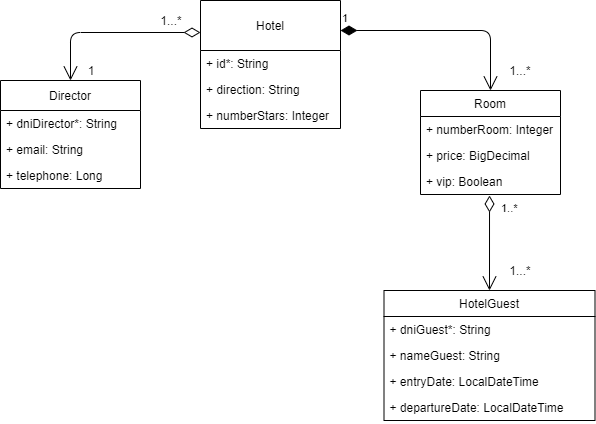
miw-upm/apaw-practice keeps this draw.io diagram as docs/hotel.models.png. Above is the earlier version. Source tidied: cells renumbered, new cells last; positions are measured from the earlier drawing's top-left corner, leaving out a move shared by most shapes.
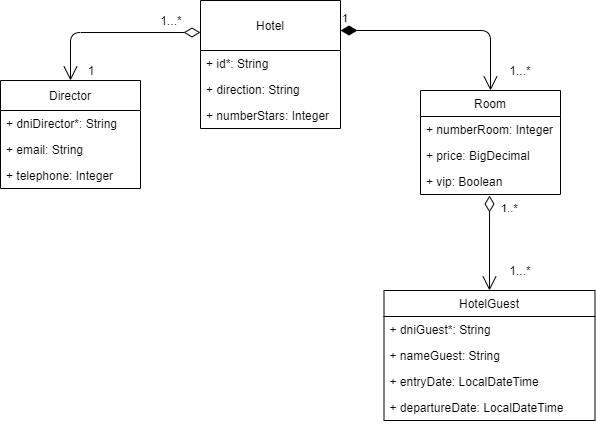
After the change.

Change to the diagram source:
```diff
@@ -23,7 +23,7 @@
     <mxCell id="8" value="+ email: String" style="text;strokeColor=none;fillColor=none;align=left;verticalAlign=top;spacingLeft=4;spacingRight=4;overflow=hidden;" parent="6" vertex="1">
       <mxGeometry y="56" width="140" height="26" as="geometry" />
     </mxCell>
-    <mxCell id="9" value="+ telephone: Long" style="text;strokeColor=none;fillColor=none;align=left;verticalAlign=top;spacingLeft=4;spacingRight=4;overflow=hidden;" parent="6" vertex="1">
+    <mxCell id="9" value="+ telephone: Integer" style="text;strokeColor=none;fillColor=none;align=left;verticalAlign=top;spacingLeft=4;spacingRight=4;overflow=hidden;" parent="6" vertex="1">
       <mxGeometry y="82" width="140" height="26" as="geometry" />
     </mxCell>
     <mxCell id="10" value="HotelGuest" style="swimlane;fontStyle=0;horizontal=1;startSize=26;fillColor=none;hachureGap=4;" parent="1" vertex="1">
```
